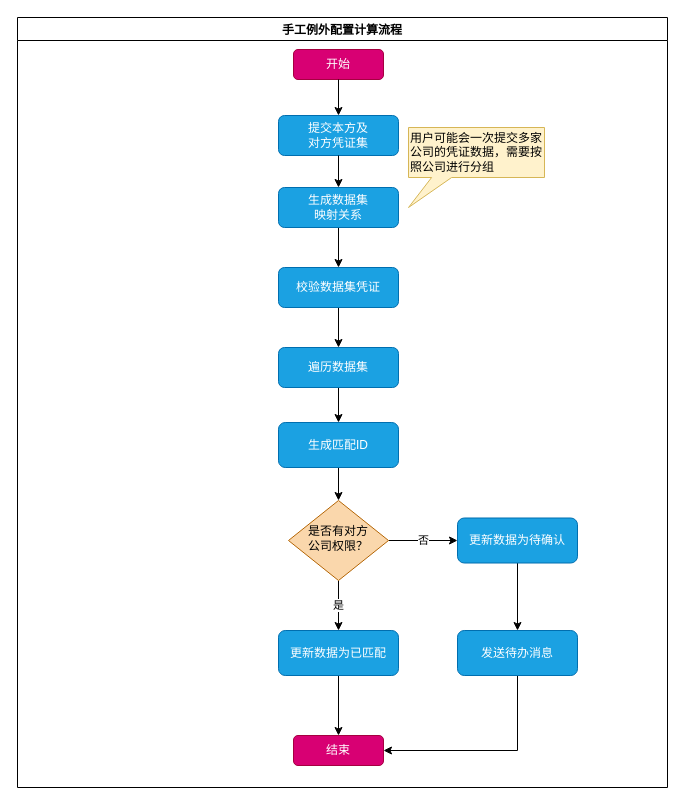
XHWY20181228/drawio keeps this draw.io diagram as 对账报告计算流程图.drawio. Above is the earlier version. Source tidied: cells renumbered, new cells numbered last; positions are measured from the earlier drawing's top-left corner, leaving out a move shared by most shapes. Both pictures are drawn from the tidied source at 100%, with x=0, y=0 at pixel (17, 17).
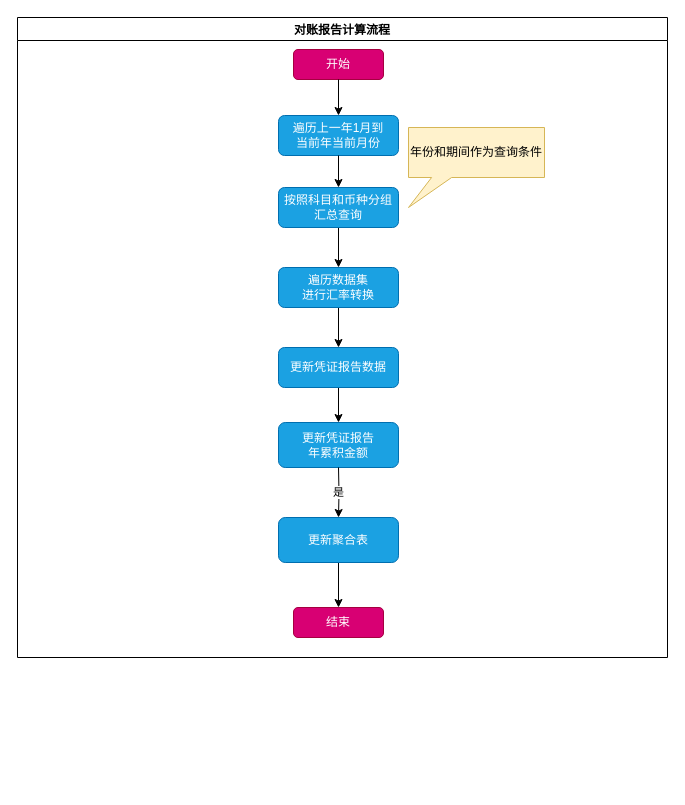
Above is the later version.

Commit message:
更新对账报告计算流程图.drawio

What changed in the source:
```diff
@@
-    <mxCell id="2" value="手工例外配置计算流程" style="swimlane;" parent="1" vertex="1">
-      <mxGeometry width="650" height="770" as="geometry" />
+    <mxCell id="2" value="对账报告计算流程" style="swimlane;" parent="1" vertex="1">
+      <mxGeometry width="650" height="640" as="geometry" />
     </mxCell>
-    <mxCell id="3" style="edgeStyle=orthogonalEdgeStyle;rounded=0;jettySize=auto;html=1;" parent="2" edge="1" source="4" target="19">
-      <mxGeometry relative="1" as="geometry" />
-    </mxCell>
-    <mxCell id="4" value="生成匹配ID" style="rounded=1;whiteSpace=wrap;html=1;fontSize=12;glass=0;strokeWidth=1;shadow=0;fillColor=#1ba1e2;fontColor=#ffffff;strokeColor=#006EAF;" parent="2" vertex="1">
+    <mxCell id="4" value="更新凭证报告&lt;br&gt;年累积金额" style="rounded=1;whiteSpace=wrap;html=1;fontSize=12;glass=0;strokeWidth=1;shadow=0;fillColor=#1ba1e2;fontColor=#ffffff;strokeColor=#006EAF;" parent="2" vertex="1">
       <mxGeometry x="261" y="405" width="120" height="45" as="geometry" />
     </mxCell>
@@
-    <mxCell id="6" value="提交本方及&lt;br&gt;对方凭证集" style="rounded=1;whiteSpace=wrap;html=1;fontSize=12;glass=0;strokeWidth=1;shadow=0;fillColor=#1ba1e2;fontColor=#ffffff;strokeColor=#006EAF;" parent="2" vertex="1">
+    <mxCell id="6" value="遍历上一年1月到&lt;br&gt;当前年当前月份" style="rounded=1;whiteSpace=wrap;html=1;fontSize=12;glass=0;strokeWidth=1;shadow=0;fillColor=#1ba1e2;fontColor=#ffffff;strokeColor=#006EAF;" parent="2" vertex="1">
       <mxGeometry x="261" y="98" width="120" height="40" as="geometry" />
     </mxCell>
@@
-    <mxCell id="9" value="生成数据集&lt;br&gt;映射关系" style="rounded=1;whiteSpace=wrap;html=1;fontSize=12;glass=0;strokeWidth=1;shadow=0;fillColor=#1ba1e2;fontColor=#ffffff;strokeColor=#006EAF;" parent="2" vertex="1">
+    <mxCell id="9" value="按照科目和币种分组汇总查询" style="rounded=1;whiteSpace=wrap;html=1;fontSize=12;glass=0;strokeWidth=1;shadow=0;fillColor=#1ba1e2;fontColor=#ffffff;strokeColor=#006EAF;" parent="2" vertex="1">
       <mxGeometry x="261" y="170" width="120" height="40" as="geometry" />
     </mxCell>
@@
-    <mxCell id="12" value="校验数据集凭证" style="rounded=1;whiteSpace=wrap;html=1;fontSize=12;glass=0;strokeWidth=1;shadow=0;fillColor=#1ba1e2;fontColor=#ffffff;strokeColor=#006EAF;" parent="2" vertex="1">
+    <mxCell id="12" value="遍历数据集&lt;br&gt;进行汇率转换" style="rounded=1;whiteSpace=wrap;html=1;fontSize=12;glass=0;strokeWidth=1;shadow=0;fillColor=#1ba1e2;fontColor=#ffffff;strokeColor=#006EAF;" parent="2" vertex="1">
       <mxGeometry x="261" y="250" width="120" height="40" as="geometry" />
     </mxCell>
-    <mxCell id="13" value="用户可能会一次提交多家公司的凭证数据，需要按照公司进行分组" style="shape=callout;whiteSpace=wrap;html=1;perimeter=calloutPerimeter;position2=0;fillColor=#fff2cc;strokeColor=#d6b656;size=30;position=0.17;align=left;" parent="2" vertex="1">
+    <mxCell id="13" value="年份和期间作为查询条件" style="shape=callout;whiteSpace=wrap;html=1;perimeter=calloutPerimeter;position2=0;fillColor=#fff2cc;strokeColor=#d6b656;size=30;position=0.17;align=left;" parent="2" vertex="1">
       <mxGeometry x="391" y="110" width="136" height="80" as="geometry" />
     </mxCell>
     <mxCell id="14" value="结束" style="rounded=1;whiteSpace=wrap;html=1;fontSize=12;glass=0;strokeWidth=1;shadow=0;fillColor=#d80073;fontColor=#ffffff;strokeColor=#A50040;" parent="2" vertex="1">
-      <mxGeometry x="276" y="718" width="90" height="30" as="geometry" />
+      <mxGeometry x="276" y="590" width="90" height="30" as="geometry" />
     </mxCell>
@@
-    <mxCell id="16" value="遍历数据集" style="rounded=1;whiteSpace=wrap;html=1;fontSize=12;glass=0;strokeWidth=1;shadow=0;fillColor=#1ba1e2;fontColor=#ffffff;strokeColor=#006EAF;" parent="2" vertex="1">
+    <mxCell id="16" value="更新凭证报告数据" style="rounded=1;whiteSpace=wrap;html=1;fontSize=12;glass=0;strokeWidth=1;shadow=0;fillColor=#1ba1e2;fontColor=#ffffff;strokeColor=#006EAF;" parent="2" vertex="1">
       <mxGeometry x="261" y="330" width="120" height="40" as="geometry" />
     </mxCell>
-    <mxCell id="17" value="是" style="edgeStyle=orthogonalEdgeStyle;rounded=0;jettySize=auto;html=1;" parent="2" edge="1" source="19" target="21">
-      <mxGeometry relative="1" as="geometry" />
+    <mxCell id="17" value="是" style="edgeStyle=orthogonalEdgeStyle;rounded=0;jettySize=auto;html=1;" parent="2" edge="1" target="21">
+      <mxGeometry relative="1" as="geometry">
+        <mxPoint x="321" y="450" as="sourcePoint" />
+      </mxGeometry>
     </mxCell>
-    <mxCell id="18" value="否" style="edgeStyle=orthogonalEdgeStyle;rounded=0;jettySize=auto;html=1;" parent="2" edge="1" source="19" target="25">
-      <mxGeometry relative="1" as="geometry" />
-    </mxCell>
-    <mxCell id="19" value="是否有对方&lt;br&gt;公司权限？" style="rhombus;whiteSpace=wrap;html=1;shadow=0;fontFamily=Helvetica;fontSize=12;align=center;strokeWidth=1;spacing=6;spacingTop=-4;fillColor=#fad7ac;strokeColor=#b46504;" parent="2" vertex="1">
-      <mxGeometry x="271" y="483" width="100" height="80" as="geometry" />
-    </mxCell>
@@
-    <mxCell id="21" value="更新数据为已匹配" style="rounded=1;whiteSpace=wrap;html=1;fontSize=12;glass=0;strokeWidth=1;shadow=0;fillColor=#1ba1e2;fontColor=#ffffff;strokeColor=#006EAF;" parent="2" vertex="1">
-      <mxGeometry x="261" y="613" width="120" height="45" as="geometry" />
+    <mxCell id="21" value="更新聚合表" style="rounded=1;whiteSpace=wrap;html=1;fontSize=12;glass=0;strokeWidth=1;shadow=0;fillColor=#1ba1e2;fontColor=#ffffff;strokeColor=#006EAF;" parent="2" vertex="1">
+      <mxGeometry x="261" y="500" width="120" height="45" as="geometry" />
     </mxCell>
-    <mxCell id="22" style="edgeStyle=orthogonalEdgeStyle;rounded=0;jettySize=auto;html=1;entryX=1;entryY=0.5;entryDx=0;entryDy=0;exitX=0.5;exitY=1;exitDx=0;exitDy=0;" parent="2" edge="1" source="23" target="14">
-      <mxGeometry relative="1" as="geometry" />
-    </mxCell>
-    <mxCell id="23" value="发送待办消息" style="rounded=1;whiteSpace=wrap;html=1;fontSize=12;glass=0;strokeWidth=1;shadow=0;fillColor=#1ba1e2;fontColor=#ffffff;strokeColor=#006EAF;" parent="2" vertex="1">
-      <mxGeometry x="440" y="613" width="120" height="45" as="geometry" />
-    </mxCell>
-    <mxCell id="24" style="edgeStyle=orthogonalEdgeStyle;rounded=0;jettySize=auto;html=1;" parent="2" edge="1" source="25" target="23">
-      <mxGeometry relative="1" as="geometry" />
-    </mxCell>
-    <mxCell id="25" value="更新数据为待确认&lt;br&gt;" style="rounded=1;whiteSpace=wrap;html=1;fontSize=12;glass=0;strokeWidth=1;shadow=0;fillColor=#1ba1e2;fontColor=#ffffff;strokeColor=#006EAF;" parent="2" vertex="1">
-      <mxGeometry x="440" y="500.5" width="120" height="45" as="geometry" />
-    </mxCell>
```
